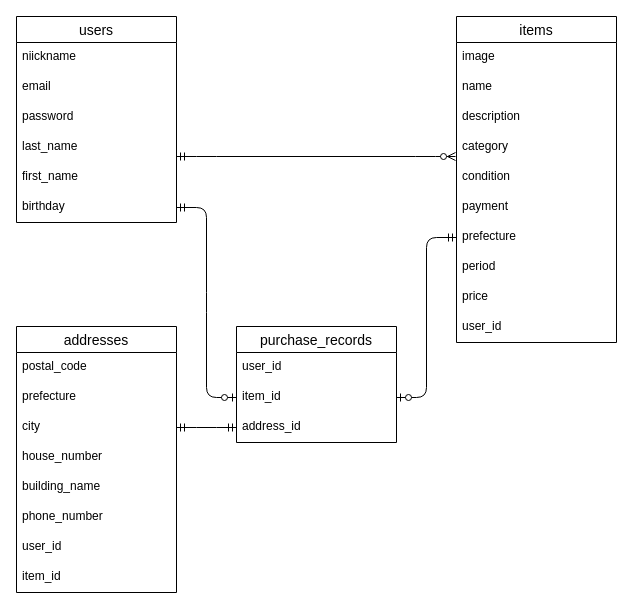
CatAisa/furima-31546 keeps this draw.io diagram as database_design.dio. Above is the earlier version. Source tidied: cells renumbered, new cells numbered last; positions are measured from the earlier drawing's top-left corner, leaving out a move shared by most shapes. Both pictures are drawn from the tidied source at 100%, with x=0, y=0 at pixel (16, 16).
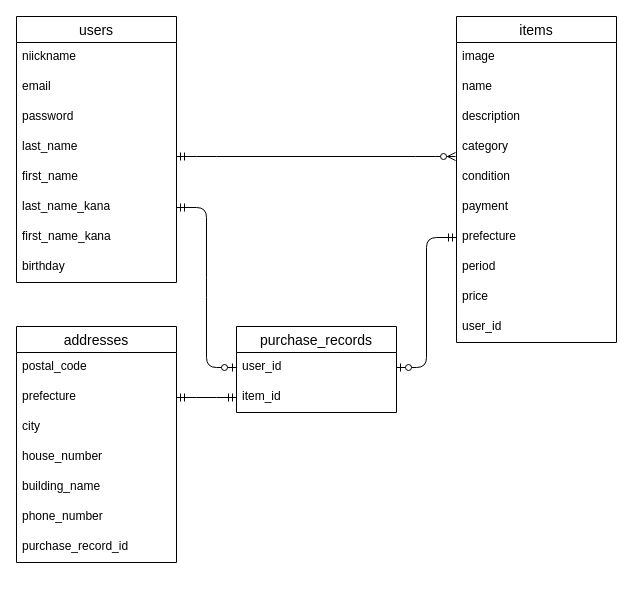
The same page after the edit.

Commit message (it also covers changes not shown here):
姓のフリガナ、名のフリガナを追加

Unchanged cells that the change refers to:
```xml
<mxCell id="16" value="prefecture&#10;" style="text;strokeColor=none;fillColor=none;spacingLeft=4;spacingRight=4;overflow=hidden;points=[[0,0.5],[1,0.5]];portConstraint=eastwest;fontSize=12;" parent="9" vertex="1">
  <mxGeometry y="206" width="160" height="30" as="geometry" />
</mxCell>
<mxCell id="22" value="prefecture" style="text;strokeColor=none;fillColor=none;spacingLeft=4;spacingRight=4;overflow=hidden;points=[[0,0.5],[1,0.5]];portConstraint=eastwest;fontSize=12;" parent="20" vertex="1">
  <mxGeometry y="56" width="160" height="30" as="geometry" />
</mxCell>
<mxCell id="23" value="city" style="text;strokeColor=none;fillColor=none;spacingLeft=4;spacingRight=4;overflow=hidden;points=[[0,0.5],[1,0.5]];portConstraint=eastwest;fontSize=12;" parent="20" vertex="1">
  <mxGeometry y="86" width="160" height="30" as="geometry" />
</mxCell>
<mxCell id="33" value="user_id" style="text;strokeColor=none;fillColor=none;spacingLeft=4;spacingRight=4;overflow=hidden;points=[[0,0.5],[1,0.5]];portConstraint=eastwest;fontSize=12;" parent="32" vertex="1">
  <mxGeometry y="26" width="160" height="30" as="geometry" />
</mxCell>
<mxCell id="34" value="item_id" style="text;strokeColor=none;fillColor=none;spacingLeft=4;spacingRight=4;overflow=hidden;points=[[0,0.5],[1,0.5]];portConstraint=eastwest;fontSize=12;" parent="32" vertex="1">
  <mxGeometry y="56" width="160" height="30" as="geometry" />
</mxCell>
```

Diff of the diagram source:
```diff
@@
     <mxCell id="2" value="users" style="swimlane;fontStyle=0;horizontal=1;startSize=26;align=center;fontSize=14;" parent="1" vertex="1">
-      <mxGeometry width="160" height="206" as="geometry" />
+      <mxGeometry width="160" height="266" as="geometry" />
     </mxCell>
@@
+    <mxCell id="37" value="last_name_kana" style="text;strokeColor=none;fillColor=none;spacingLeft=4;spacingRight=4;overflow=hidden;fontSize=12;" parent="2" vertex="1">
+      <mxGeometry y="176" width="160" height="30" as="geometry" />
+    </mxCell>
+    <mxCell id="38" value="first_name_kana" style="text;strokeColor=none;fillColor=none;spacingLeft=4;spacingRight=4;overflow=hidden;fontSize=12;" parent="2" vertex="1">
+      <mxGeometry y="206" width="160" height="30" as="geometry" />
+    </mxCell>
     <mxCell id="8" value="birthday" style="text;strokeColor=none;fillColor=none;spacingLeft=4;spacingRight=4;overflow=hidden;fontSize=12;" parent="2" vertex="1">
-      <mxGeometry y="176" width="160" height="30" as="geometry" />
+      <mxGeometry y="236" width="160" height="30" as="geometry" />
     </mxCell>
@@
     <mxCell id="20" value="addresses" style="swimlane;fontStyle=0;horizontal=1;startSize=26;align=center;fontSize=14;" parent="1" vertex="1">
-      <mxGeometry y="310" width="160" height="266" as="geometry" />
+      <mxGeometry y="310" width="160" height="236" as="geometry" />
     </mxCell>
@@
-    <mxCell id="27" value="user_id" style="text;strokeColor=none;fillColor=none;spacingLeft=4;spacingRight=4;overflow=hidden;fontSize=12;" parent="20" vertex="1">
-      <mxGeometry y="206" width="160" height="30" as="geometry" />
-    </mxCell>
-    <mxCell id="28" value="item_id" style="text;strokeColor=none;fillColor=none;spacingLeft=4;spacingRight=4;overflow=hidden;fontSize=12;" parent="20" vertex="1">
-      <mxGeometry y="236" width="160" height="30" as="geometry" />
-    </mxCell>
+    <mxCell id="39" value="purchase_record_id" style="text;strokeColor=none;fillColor=none;spacingLeft=4;spacingRight=4;overflow=hidden;fontSize=12;" parent="20" vertex="1">
+      <mxGeometry y="206" width="160" height="30" as="geometry" />
+    </mxCell>
@@
-    <mxCell id="30" style="edgeStyle=entityRelationEdgeStyle;fontSize=12;html=1;endArrow=ERzeroToOne;startArrow=ERmandOne;exitX=0;exitY=0.5;exitDx=0;exitDy=0;entryX=1;entryY=0.5;entryDx=0;entryDy=0;" parent="1" edge="1" source="16" target="34">
+    <mxCell id="30" style="edgeStyle=entityRelationEdgeStyle;fontSize=12;html=1;endArrow=ERzeroToOne;startArrow=ERmandOne;exitX=0;exitY=0.5;exitDx=0;exitDy=0;entryX=1;entryY=0.5;entryDx=0;entryDy=0;" parent="1" edge="1" source="16" target="33">
       <mxGeometry relative="1" as="geometry" />
     </mxCell>
-    <mxCell id="31" style="edgeStyle=entityRelationEdgeStyle;fontSize=12;html=1;endArrow=ERzeroToOne;startArrow=ERmandOne;exitX=1;exitY=0.5;exitDx=0;exitDy=0;entryX=0;entryY=0.5;entryDx=0;entryDy=0;" parent="1" edge="1" target="34">
+    <mxCell id="31" style="edgeStyle=entityRelationEdgeStyle;fontSize=12;html=1;endArrow=ERzeroToOne;startArrow=ERmandOne;exitX=1;exitY=0.5;exitDx=0;exitDy=0;" parent="1" edge="1" target="33">
       <mxGeometry relative="1" as="geometry">
         <mxPoint x="160" y="191" as="sourcePoint" />
       </mxGeometry>
     </mxCell>
     <mxCell id="32" value="purchase_records" style="swimlane;fontStyle=0;horizontal=1;startSize=26;align=center;fontSize=14;" parent="1" vertex="1">
-      <mxGeometry x="220" y="310" width="160" height="116" as="geometry" />
+      <mxGeometry x="220" y="310" width="160" height="86" as="geometry" />
     </mxCell>
@@
-    <mxCell id="35" value="address_id" style="text;strokeColor=none;fillColor=none;spacingLeft=4;spacingRight=4;overflow=hidden;points=[[0,0.5],[1,0.5]];portConstraint=eastwest;fontSize=12;" parent="32" vertex="1">
-      <mxGeometry y="86" width="160" height="30" as="geometry" />
-    </mxCell>
-    <mxCell id="36" style="edgeStyle=entityRelationEdgeStyle;fontSize=12;html=1;endArrow=ERmandOne;startArrow=ERmandOne;exitX=1;exitY=0.5;exitDx=0;exitDy=0;entryX=0;entryY=0.5;entryDx=0;entryDy=0;" parent="1" edge="1" source="23" target="35">
+    <mxCell id="36" style="edgeStyle=entityRelationEdgeStyle;fontSize=12;html=1;endArrow=ERmandOne;startArrow=ERmandOne;exitX=1;exitY=0.5;exitDx=0;exitDy=0;entryX=0;entryY=0.5;entryDx=0;entryDy=0;" parent="1" edge="1" source="22" target="34">
       <mxGeometry relative="1" as="geometry" />
     </mxCell>
```
